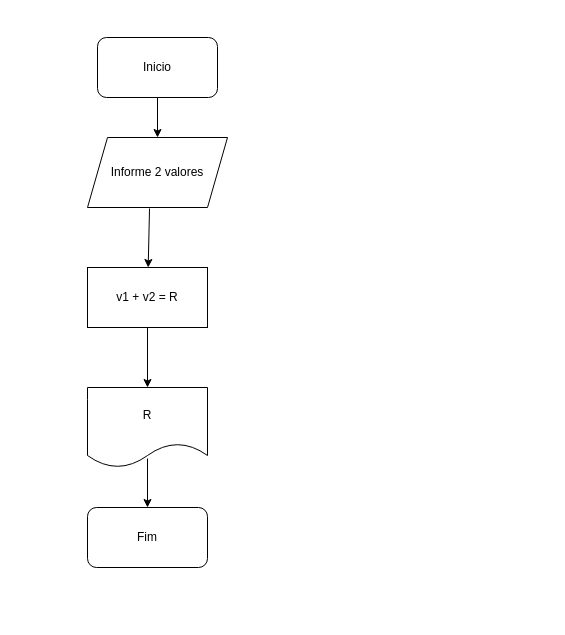
This is Untitled Diagram.drawio from eskenaz1/mdc118, a draw.io file, before an edit. Source tidied: cells renumbered, new cells numbered last; positions are measured from the earlier drawing's top-left corner, leaving out a move shared by most shapes. Both pictures are drawn from the tidied source at 100%, with x=0, y=0 at pixel (87, 37).
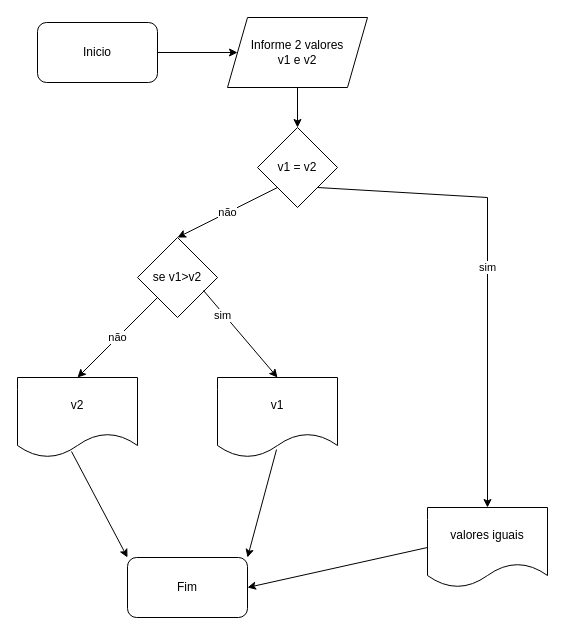
After the change.

Change to the diagram source:
```diff
@@
     <mxCell id="2" value="Inicio&lt;br&gt;" style="rounded=1;whiteSpace=wrap;html=1;" parent="1" vertex="1">
-      <mxGeometry x="10" width="120" height="60" as="geometry" />
+      <mxGeometry x="-50" y="-15" width="120" height="60" as="geometry" />
     </mxCell>
-    <mxCell id="3" value="Informe 2 valores" style="shape=parallelogram;perimeter=parallelogramPerimeter;whiteSpace=wrap;html=1;fixedSize=1;" parent="1" vertex="1">
-      <mxGeometry y="100" width="140" height="70" as="geometry" />
+    <mxCell id="3" value="Informe 2 valores&lt;br&gt;v1 e v2" style="shape=parallelogram;perimeter=parallelogramPerimeter;whiteSpace=wrap;html=1;fixedSize=1;" parent="1" vertex="1">
+      <mxGeometry x="140" y="-20" width="140" height="70" as="geometry" />
     </mxCell>
-    <mxCell id="4" style="endArrow=classic;html=1;rounded=0;exitX=0.5;exitY=1;exitDx=0;exitDy=0;entryX=0.5;entryY=0;entryDx=0;entryDy=0;" parent="1" edge="1" source="2" target="3">
+    <mxCell id="4" style="endArrow=classic;html=1;rounded=0;exitX=1;exitY=0.5;exitDx=0;exitDy=0;entryX=0;entryY=0.5;entryDx=0;entryDy=0;" parent="1" edge="1" source="2" target="3">
       <mxGeometry relative="1" as="geometry" />
     </mxCell>
-    <mxCell id="5" value="v1 + v2 = R" style="rounded=0;whiteSpace=wrap;html=1;" parent="1" vertex="1">
-      <mxGeometry y="230" width="120" height="60" as="geometry" />
-    </mxCell>
-    <mxCell id="6" style="endArrow=classic;html=1;rounded=0;exitX=0.443;exitY=1.014;exitDx=0;exitDy=0;exitPerimeter=0;" parent="1" edge="1" source="3" target="5">
+    <mxCell id="6" style="endArrow=classic;html=1;rounded=0;exitX=0.5;exitY=1;exitDx=0;exitDy=0;entryX=0.5;entryY=0;entryDx=0;entryDy=0;" parent="1" edge="1" source="3" target="16">
       <mxGeometry relative="1" as="geometry" />
     </mxCell>
-    <mxCell id="7" value="R" style="shape=document;whiteSpace=wrap;html=1;boundedLbl=1;" parent="1" vertex="1">
-      <mxGeometry y="350" width="120" height="80" as="geometry" />
+    <mxCell id="7" value="v1" style="shape=document;whiteSpace=wrap;html=1;boundedLbl=1;" parent="1" vertex="1">
+      <mxGeometry x="130" y="340" width="120" height="80" as="geometry" />
     </mxCell>
-    <mxCell id="8" style="endArrow=classic;html=1;rounded=0;exitX=0.5;exitY=1;exitDx=0;exitDy=0;entryX=0.5;entryY=0;entryDx=0;entryDy=0;" parent="1" edge="1" source="5" target="7">
-      <mxGeometry relative="1" as="geometry" />
-    </mxCell>
     <mxCell id="9" value="Fim" style="rounded=1;whiteSpace=wrap;html=1;" parent="1" vertex="1">
-      <mxGeometry y="470" width="120" height="60" as="geometry" />
+      <mxGeometry x="40" y="520" width="120" height="60" as="geometry" />
     </mxCell>
+    <mxCell id="11" value="se v1&amp;gt;v2" style="rhombus;whiteSpace=wrap;html=1;" parent="1" vertex="1">
+      <mxGeometry x="50" y="200" width="80" height="80" as="geometry" />
+    </mxCell>
+    <mxCell id="12" style="endArrow=classic;html=1;rounded=0;exitX=0.825;exitY=0.663;exitDx=0;exitDy=0;exitPerimeter=0;entryX=0.5;entryY=0;entryDx=0;entryDy=0;" parent="1" edge="1" source="11" target="7">
+      <mxGeometry relative="1" as="geometry" />
+    </mxCell>
+    <mxCell id="13" value="sim" style="edgeLabel;html=1;align=center;verticalAlign=middle;" parent="12" vertex="1">
+      <mxGeometry x="-0.48" y="-2" relative="1" as="geometry">
+        <mxPoint x="1" as="offset" />
+      </mxGeometry>
+    </mxCell>
+    <mxCell id="14" value="v2" style="shape=document;whiteSpace=wrap;html=1;boundedLbl=1;" parent="1" vertex="1">
+      <mxGeometry x="-70" y="340" width="120" height="80" as="geometry" />
+    </mxCell>
+    <mxCell id="15" value="não&lt;br&gt;" style="endArrow=classic;html=1;rounded=0;entryX=0.5;entryY=0;entryDx=0;entryDy=0;exitX=0;exitY=1;exitDx=0;exitDy=0;" parent="1" edge="1" source="11" target="14">
+      <mxGeometry relative="1" as="geometry" />
+    </mxCell>
+    <mxCell id="16" value="v1 = v2" style="rhombus;whiteSpace=wrap;html=1;" parent="1" vertex="1">
+      <mxGeometry x="170" y="90" width="80" height="80" as="geometry" />
+    </mxCell>
+    <mxCell id="17" value="não" style="endArrow=classic;html=1;rounded=0;exitX=0;exitY=1;exitDx=0;exitDy=0;entryX=0.5;entryY=0;entryDx=0;entryDy=0;" parent="1" edge="1" source="16" target="11">
+      <mxGeometry relative="1" as="geometry" />
+    </mxCell>
+    <mxCell id="18" value="sim&lt;br&gt;" style="endArrow=classic;html=1;rounded=0;exitX=1;exitY=1;exitDx=0;exitDy=0;" parent="1" edge="1" source="16" target="19">
+      <mxGeometry relative="1" as="geometry">
+        <Array as="points">
+          <mxPoint x="400" y="160" />
+        </Array>
+      </mxGeometry>
+    </mxCell>
+    <mxCell id="19" value="valores iguais" style="shape=document;whiteSpace=wrap;html=1;boundedLbl=1;" parent="1" vertex="1">
+      <mxGeometry x="340" y="470" width="120" height="80" as="geometry" />
+    </mxCell>
+    <mxCell id="20" style="endArrow=classic;html=1;rounded=0;exitX=0;exitY=0.5;exitDx=0;exitDy=0;entryX=1;entryY=0.5;entryDx=0;entryDy=0;" parent="1" edge="1" source="19" target="9">
+      <mxGeometry relative="1" as="geometry" />
+    </mxCell>
-    <mxCell id="10" style="endArrow=classic;html=1;rounded=0;exitX=0.5;exitY=0.888;exitDx=0;exitDy=0;exitPerimeter=0;entryX=0.5;entryY=0;entryDx=0;entryDy=0;" parent="1" edge="1" source="7" target="9">
+    <mxCell id="10" style="endArrow=classic;html=1;rounded=0;exitX=0.492;exitY=0.9;exitDx=0;exitDy=0;exitPerimeter=0;entryX=1;entryY=0;entryDx=0;entryDy=0;" parent="1" edge="1" source="7" target="9">
       <mxGeometry relative="1" as="geometry" />
     </mxCell>
+    <mxCell id="21" style="endArrow=classic;html=1;rounded=0;exitX=0.45;exitY=0.925;exitDx=0;exitDy=0;exitPerimeter=0;entryX=0;entryY=0;entryDx=0;entryDy=0;" parent="1" edge="1" source="14" target="9">
+      <mxGeometry relative="1" as="geometry" />
+    </mxCell>
```
